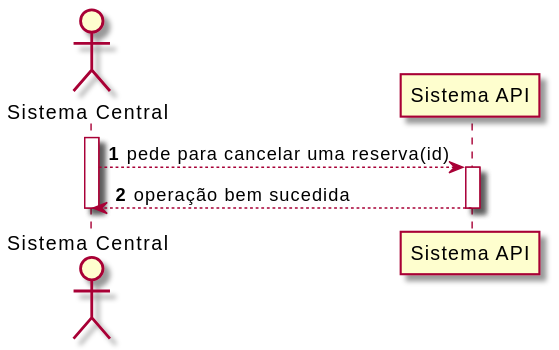
Earlier version of the PlantUML export Documentos/Sprint2/UC3/SSD-UC3.svg (UPskillDOTNET/Jakim-das-Coives-S.A.).
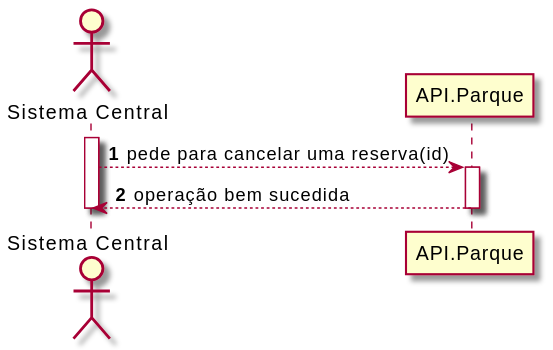
Above is the later version.

The edit, as a diff of the source:
```diff
@@ -1,7 +1,7 @@
 @startuml
 autonumber
 actor "Sistema Central" as SC
-participant "Sistema API" as SA
+participant "API.Parque" as SA
 
 activate SC
 SC --> SA : pede para cancelar uma reserva(id)
```
